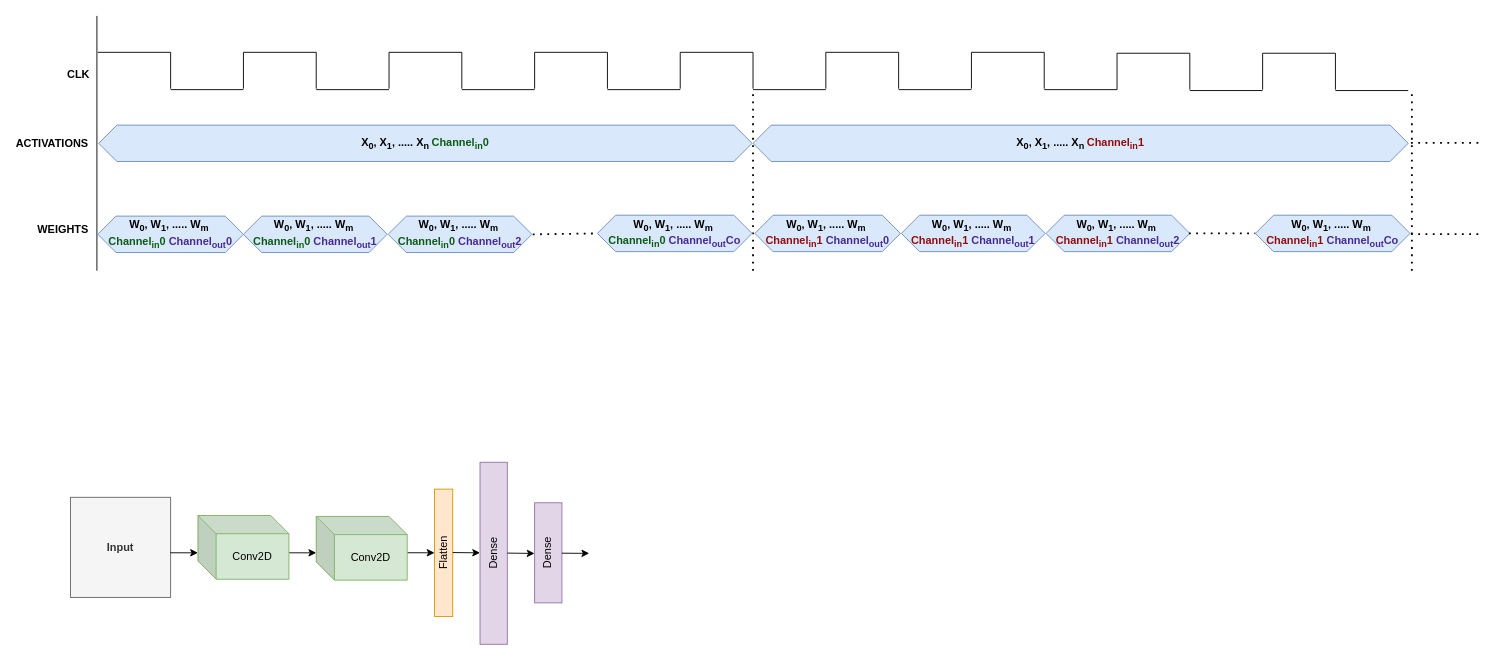
The draw.io diagram Timing diagram_eIQ_neutron.drawio in Nithyarajoman/Drawio-figures, before the edit. Source tidied: cells renumbered, new cells numbered last; positions are measured from the earlier drawing's top-left corner, leaving out a move shared by most shapes. Both pictures are drawn from the tidied source at 91%, with x=0, y=0 at pixel (17, 15).
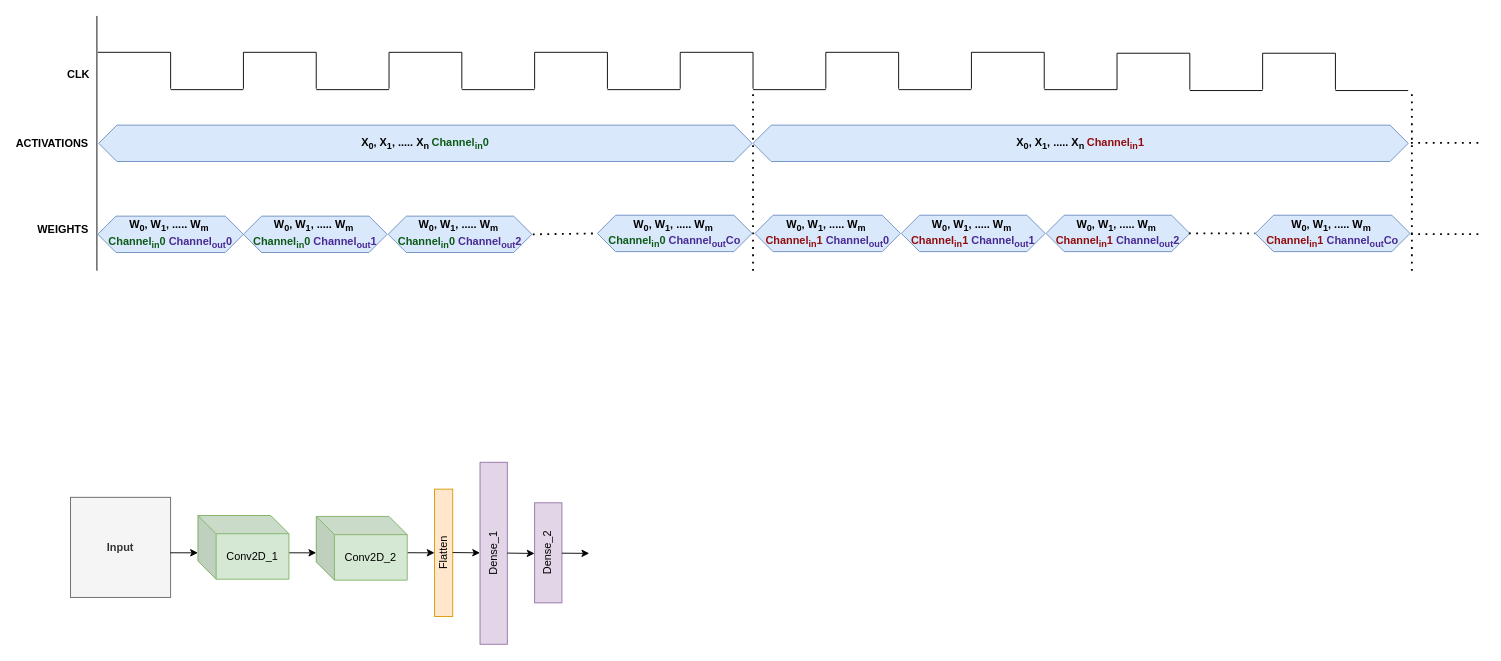
The same page after the edit.

What changed in the source:
```diff
@@
-    <mxCell id="70" value="Dense" style="rounded=0;whiteSpace=wrap;html=1;fillColor=#e1d5e7;strokeColor=#9673a6;horizontal=0;" parent="1" vertex="1">
+    <mxCell id="70" value="Dense_1" style="rounded=0;whiteSpace=wrap;html=1;fillColor=#e1d5e7;strokeColor=#9673a6;horizontal=0;" parent="1" vertex="1">
       <mxGeometry x="508" y="490.5" width="30" height="200" as="geometry" />
     </mxCell>
-    <mxCell id="71" value="Dense" style="rounded=0;whiteSpace=wrap;html=1;fillColor=#e1d5e7;strokeColor=#9673a6;horizontal=0;" parent="1" vertex="1">
+    <mxCell id="71" value="Dense_2" style="rounded=0;whiteSpace=wrap;html=1;fillColor=#e1d5e7;strokeColor=#9673a6;horizontal=0;" parent="1" vertex="1">
       <mxGeometry x="568" y="535" width="30" height="110" as="geometry" />
     </mxCell>
@@
-    <mxCell id="76" value="Conv2D" style="shape=cube;whiteSpace=wrap;html=1;boundedLbl=1;backgroundOutline=1;darkOpacity=0.05;darkOpacity2=0.1;fillColor=#d5e8d4;strokeColor=#82b366;" parent="1" vertex="1">
+    <mxCell id="76" value="Conv2D_1" style="shape=cube;whiteSpace=wrap;html=1;boundedLbl=1;backgroundOutline=1;darkOpacity=0.05;darkOpacity2=0.1;fillColor=#d5e8d4;strokeColor=#82b366;" parent="1" vertex="1">
       <mxGeometry x="198" y="549" width="100" height="70" as="geometry" />
     </mxCell>
-    <mxCell id="77" value="Conv2D" style="shape=cube;whiteSpace=wrap;html=1;boundedLbl=1;backgroundOutline=1;darkOpacity=0.05;darkOpacity2=0.1;fillColor=#d5e8d4;strokeColor=#82b366;" parent="1" vertex="1">
+    <mxCell id="77" value="Conv2D_2" style="shape=cube;whiteSpace=wrap;html=1;boundedLbl=1;backgroundOutline=1;darkOpacity=0.05;darkOpacity2=0.1;fillColor=#d5e8d4;strokeColor=#82b366;" parent="1" vertex="1">
       <mxGeometry x="328" y="550" width="100" height="70" as="geometry" />
     </mxCell>
```
